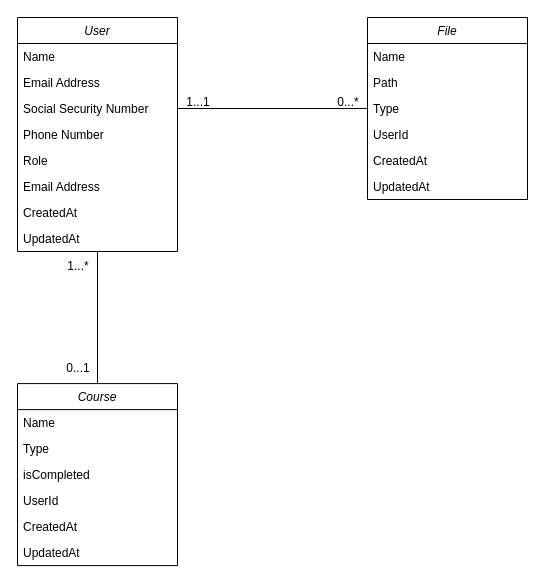
The draw.io diagram uml/Database.drawio in EauTarie/IRM_Assist, before the edit. Source tidied: cells renumbered, new cells numbered last; positions are measured from the earlier drawing's top-left corner, leaving out a move shared by most shapes. Both pictures are drawn from the tidied source at 100%, with x=0, y=0 at pixel (17, 17).
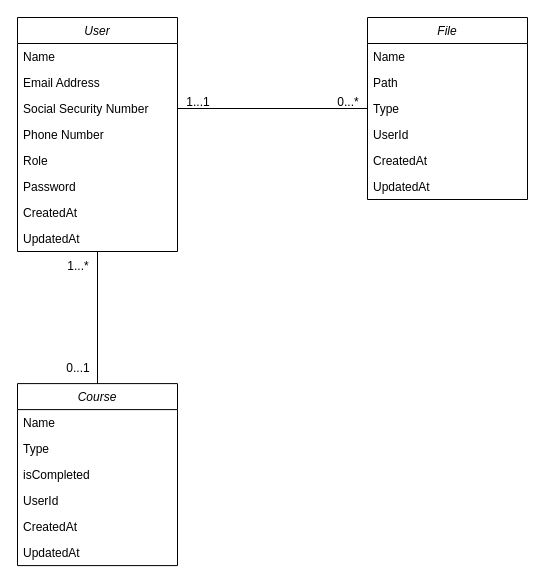
After the change.

The change refers to these unchanged cells:
```xml
<mxCell id="2" value="User" style="swimlane;fontStyle=2;align=center;verticalAlign=top;horizontal=1;startSize=26;rounded=0;shadow=0;strokeWidth=1;" parent="1" vertex="1">
  <mxGeometry width="160" height="234" as="geometry" />
</mxCell>
```

The edit, as a diff of the source:
```diff
@@
-    <mxCell id="8" value="Email Address" style="text;align=left;verticalAlign=top;spacingLeft=4;spacingRight=4;overflow=hidden;rounded=0;shadow=0;html=0;" parent="2" vertex="1">
+    <mxCell id="8" value="Password" style="text;align=left;verticalAlign=top;spacingLeft=4;spacingRight=4;overflow=hidden;rounded=0;shadow=0;html=0;" parent="2" vertex="1">
       <mxGeometry y="156" width="160" height="26" as="geometry" />
     </mxCell>
```
